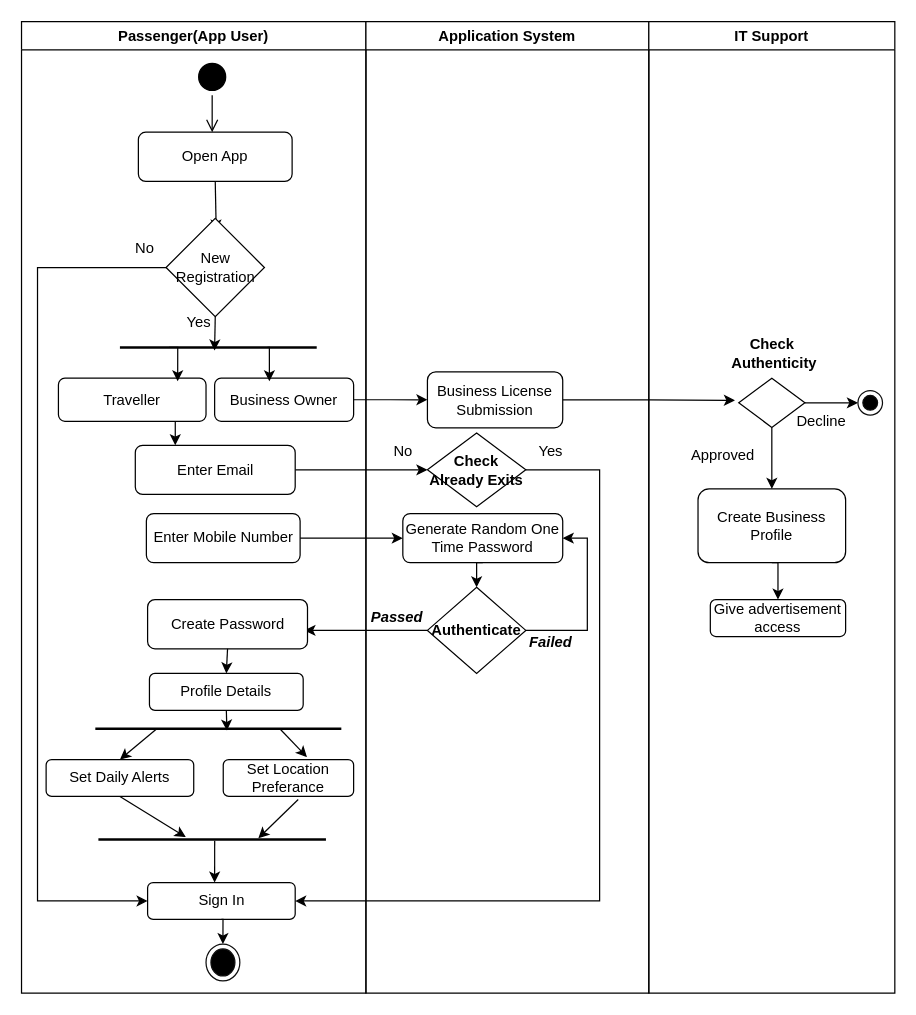
HariniRavi490/Demo-Repo keeps this draw.io diagram as Untitled Diagram.drawio. Above is the earlier version. Source tidied: cells renumbered, new cells numbered last; positions are measured from the earlier drawing's top-left corner, leaving out a move shared by most shapes. Both pictures are drawn from the tidied source at 123%, with x=0, y=0 at pixel (21, 21).
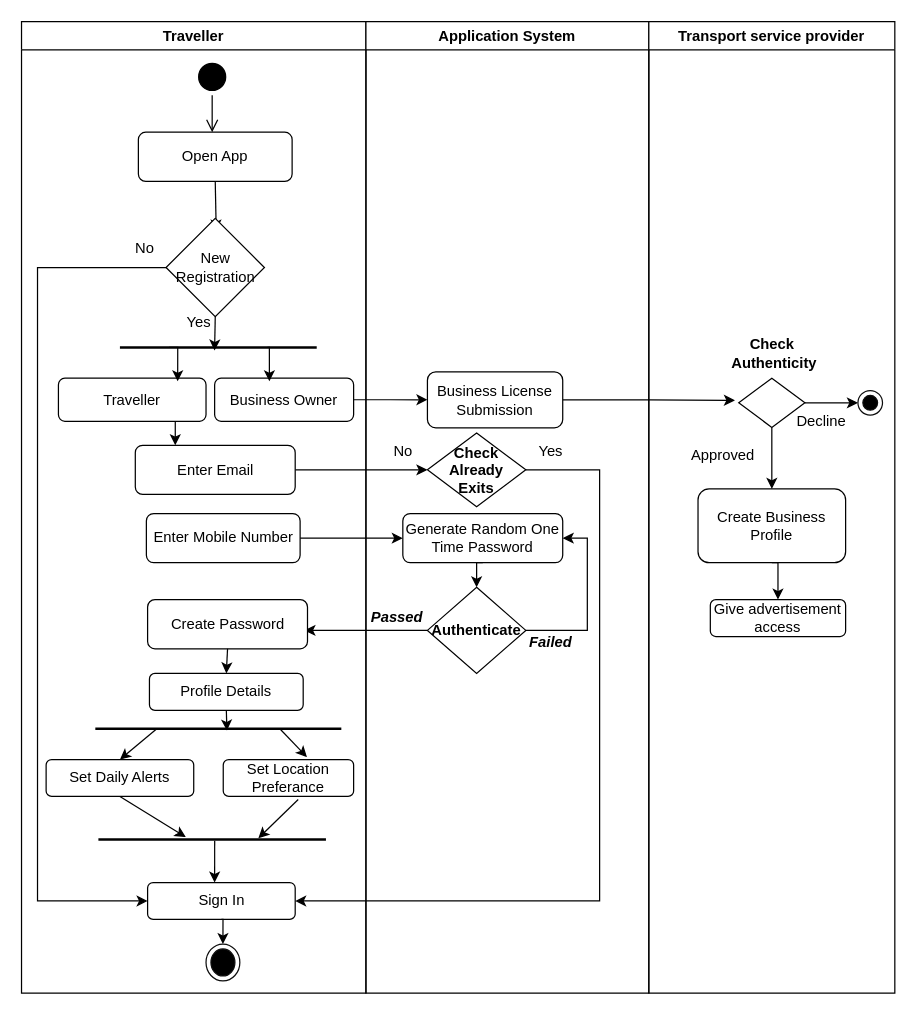
After the change.

The change refers to these unchanged cells:
```xml
<mxCell id="39" value="Application System" style="swimlane;whiteSpace=wrap;html=1;" parent="1" vertex="1">
  <mxGeometry x="280" width="230" height="790" as="geometry" />
</mxCell>
```

Diff of the diagram source:
```diff
@@
-    <mxCell id="9" value="Passenger(App User)" style="swimlane;whiteSpace=wrap;html=1;" parent="1" vertex="1">
+    <mxCell id="9" value="Traveller" style="swimlane;whiteSpace=wrap;html=1;" parent="1" vertex="1">
       <mxGeometry width="280" height="790" as="geometry" />
     </mxCell>
@@
-    <mxCell id="44" value="&lt;b&gt;Check Already Exits&lt;/b&gt;" style="rhombus;whiteSpace=wrap;html=1;" parent="39" vertex="1">
+    <mxCell id="44" value="&lt;b&gt;Check Already&lt;br&gt;Exits&lt;/b&gt;" style="rhombus;whiteSpace=wrap;html=1;" parent="39" vertex="1">
       <mxGeometry x="50" y="334.5" width="80" height="60" as="geometry" />
     </mxCell>
@@
-    <mxCell id="51" value="IT Support" style="swimlane;whiteSpace=wrap;html=1;" parent="1" vertex="1">
+    <mxCell id="51" value="Transport service provider" style="swimlane;whiteSpace=wrap;html=1;" parent="1" vertex="1">
       <mxGeometry x="510" width="200" height="790" as="geometry" />
     </mxCell>
```
